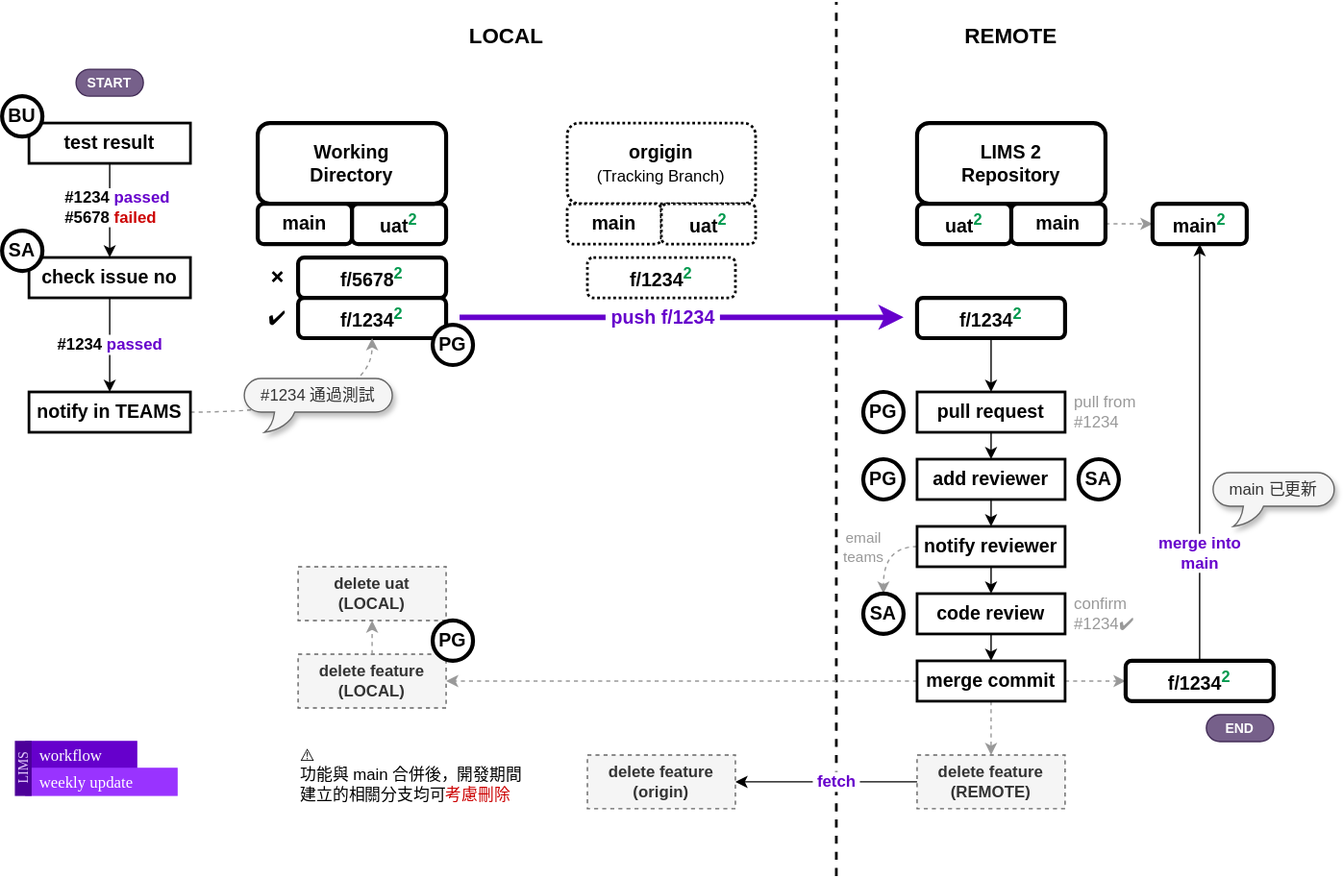
Before: asset/lims-weekly-update-oad.svg, a diagram exported from draw.io (dpi627/SGS.OAD.GitTraining). Source tidied: cells renumbered, new cells last; positions are measured from the earlier drawing's top-left corner, leaving out a move shared by most shapes.
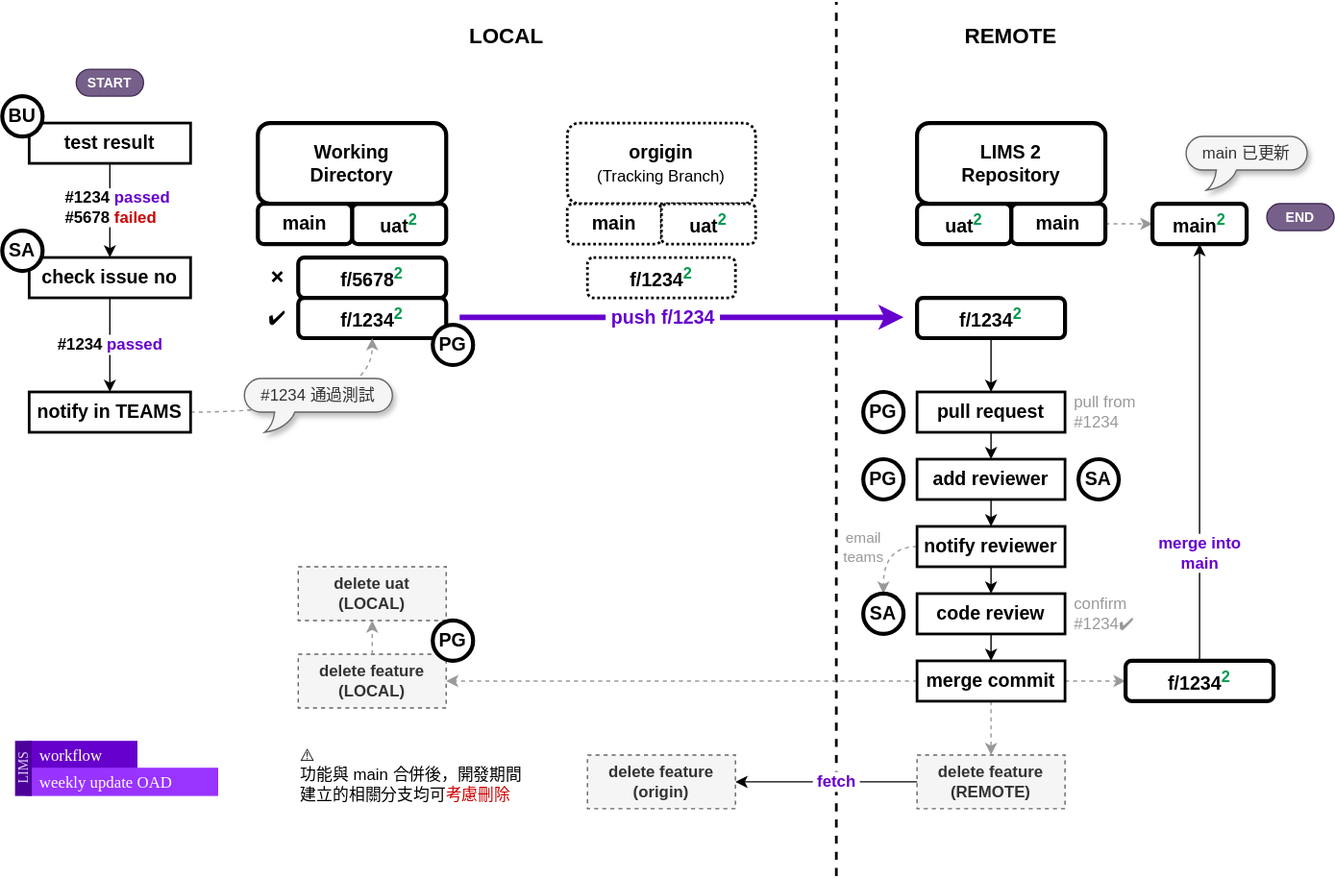
After the commit.

Change to the diagram source:
```diff
@@ -47,7 +47,7 @@
       <mxGeometry x="55" y="50" width="50" height="20" as="geometry" />
     </mxCell>
     <mxCell id="14" value="END" style="rounded=1;whiteSpace=wrap;html=1;arcSize=50;fontSize=10;fillColor=#76608a;fontColor=#ffffff;strokeColor=#432D57;fontStyle=1;" parent="1" vertex="1">
-      <mxGeometry x="895" y="530" width="50" height="20" as="geometry" />
+      <mxGeometry x="940" y="150" width="50" height="20" as="geometry" />
     </mxCell>
     <mxCell id="15" value="f/5678&lt;sup&gt;&lt;font color=&quot;#00994d&quot;&gt;2&lt;/font&gt;&lt;/sup&gt;" style="rounded=1;whiteSpace=wrap;html=1;strokeWidth=3;fontSize=14;fontStyle=1;" parent="1" vertex="1">
       <mxGeometry x="220" y="190" width="110" height="30" as="geometry" />
@@ -203,16 +203,16 @@
       <mxGeometry x="795" y="290" width="60" height="30" as="geometry" />
     </mxCell>
     <mxCell id="65" value="main 已更新" style="whiteSpace=wrap;html=1;shape=mxgraph.basic.roundRectCallout;dx=30;dy=15;size=22;boundedLbl=1;shadow=1;fillColor=#f5f5f5;fontColor=#333333;strokeColor=#666666;" parent="1" vertex="1">
-      <mxGeometry x="900" y="350" width="90" height="40" as="geometry" />
+      <mxGeometry x="880" y="100" width="90" height="40" as="geometry" />
     </mxCell>
     <mxCell id="66" style="group;" parent="1" vertex="1">
-      <mxGeometry x="10" y="550" width="130" height="40" as="geometry" />
+      <mxGeometry x="10" y="550" width="150" height="40" as="geometry" />
     </mxCell>
     <mxCell id="67" value="workflow" style="rounded=1;whiteSpace=wrap;html=1;fontFamily=Lucida Console;spacingTop=2;align=left;verticalAlign=middle;spacingLeft=10;spacing=0;arcSize=0;fontSize=12;fontColor=#ffffff;fillColor=#6600CC;strokeColor=#6600CC;" parent="66" vertex="1">
       <mxGeometry x="7.7" width="82.3" height="20" as="geometry" />
     </mxCell>
-    <mxCell id="68" value="weekly update" style="rounded=1;whiteSpace=wrap;html=1;fontFamily=Lucida Console;spacingTop=2;align=left;verticalAlign=middle;spacingLeft=10;spacing=0;arcSize=0;fontSize=12;fontColor=#ffffff;fillColor=#9933FF;strokeColor=#9933FF;" parent="66" vertex="1">
-      <mxGeometry x="7.7" y="20" width="112.3" height="20" as="geometry" />
+    <mxCell id="68" value="weekly update OAD" style="rounded=1;whiteSpace=wrap;html=1;fontFamily=Lucida Console;spacingTop=2;align=left;verticalAlign=middle;spacingLeft=10;spacing=0;arcSize=0;fontSize=12;fontColor=#ffffff;fillColor=#9933FF;strokeColor=#9933FF;" parent="66" vertex="1">
+      <mxGeometry x="7.7" y="20" width="142.3" height="20" as="geometry" />
     </mxCell>
     <mxCell id="69" value="LIMS" style="rounded=0;whiteSpace=wrap;html=1;fillColor=#4C0099;strokeColor=#4C0099;horizontal=0;fontColor=#E5CCFF;fontSize=10;fontFamily=Lucida Console;spacing=0;" parent="66" vertex="1">
       <mxGeometry width="11.5" height="40" as="geometry" />
```
